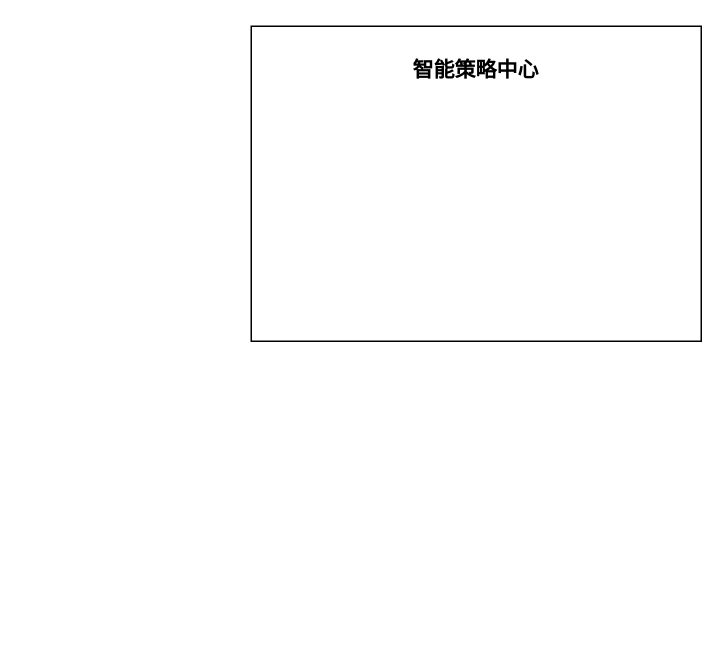
Before: dhp/smart.data.policy.based.on.wasm.drawio in wenhulove333/opendhp, a draw.io diagram. Source tidied: cells renumbered, new cells numbered last; positions are measured from the earlier drawing's top-left corner, leaving out a move shared by most shapes. Both pictures are drawn from the tidied source at 150%, with x=0, y=0 at pixel (250, 26).
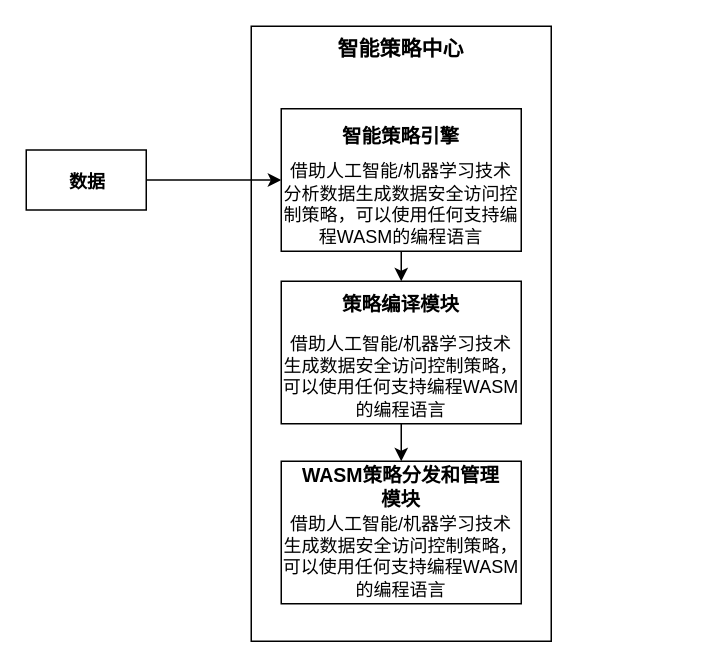
The same page after the edit.

Diff of the diagram source:
```diff
@@
 <mxGraphModel>
   <root>
     <mxCell id="0" />
     <mxCell id="1" parent="0" />
     <mxCell id="2" style="rounded=0;whiteSpace=wrap;html=1;strokeWidth=1;fillColor=none;align=center;" parent="1" vertex="1">
-      <mxGeometry width="300" height="210" as="geometry" />
+      <mxGeometry width="200" height="410" as="geometry" />
     </mxCell>
     <mxCell id="3" value="&lt;b&gt;智能策略中心&lt;/b&gt;" style="text;html=1;align=center;verticalAlign=middle;whiteSpace=wrap;rounded=0;fontSize=14;" parent="1" vertex="1">
-      <mxGeometry x="95" y="14" width="110" height="30" as="geometry" />
+      <mxGeometry x="45" width="110" height="30" as="geometry" />
     </mxCell>
+    <mxCell id="4" style="edgeStyle=orthogonalEdgeStyle;rounded=0;jettySize=auto;html=1;exitX=0.5;exitY=1;exitDx=0;exitDy=0;entryX=0.5;entryY=0;entryDx=0;entryDy=0;" parent="1" edge="1" source="5" target="9">
+      <mxGeometry relative="1" as="geometry" />
+    </mxCell>
+    <mxCell id="5" value="借助人工智能/机器学习技术分析数据生成数据安全访问控制策略，可以使用任何支持编程WASM的编程语言" style="rounded=0;whiteSpace=wrap;html=1;fillColor=none;verticalAlign=bottom;" parent="1" vertex="1">
+      <mxGeometry x="20" y="55" width="160" height="95" as="geometry" />
+    </mxCell>
+    <mxCell id="6" value="&lt;font style=&quot;font-size: 13px;&quot;&gt;&lt;b style=&quot;&quot;&gt;智能策略引擎&lt;/b&gt;&lt;/font&gt;" style="text;html=1;align=center;verticalAlign=middle;whiteSpace=wrap;rounded=0;" parent="1" vertex="1">
+      <mxGeometry x="55" y="58" width="90" height="30" as="geometry" />
+    </mxCell>
+    <mxCell id="7" style="edgeStyle=orthogonalEdgeStyle;rounded=0;jettySize=auto;html=1;exitX=0.5;exitY=1;exitDx=0;exitDy=0;entryX=0.5;entryY=0;entryDx=0;entryDy=0;" parent="1" edge="1" source="8" target="15">
+      <mxGeometry relative="1" as="geometry" />
+    </mxCell>
+    <mxCell id="8" value="借助人工智能/机器学习技术生成数据安全访问控制策略，可以使用任何支持编程WASM的编程语言" style="rounded=0;whiteSpace=wrap;html=1;fillColor=none;verticalAlign=bottom;" parent="1" vertex="1">
+      <mxGeometry x="20" y="170" width="160" height="95" as="geometry" />
+    </mxCell>
+    <mxCell id="9" value="&lt;font style=&quot;font-size: 13px;&quot;&gt;&lt;b style=&quot;&quot;&gt;策略编译模块&lt;/b&gt;&lt;/font&gt;" style="text;html=1;align=center;verticalAlign=middle;whiteSpace=wrap;rounded=0;" parent="1" vertex="1">
+      <mxGeometry x="55" y="170" width="90" height="30" as="geometry" />
+    </mxCell>
+    <mxCell id="10" style="group;" parent="1" vertex="1">
+      <mxGeometry x="-150" y="82.5" width="80" height="40" as="geometry" />
+    </mxCell>
+    <mxCell id="11" style="group;" parent="10" vertex="1">
+      <mxGeometry width="80" height="40" as="geometry" />
+    </mxCell>
+    <mxCell id="12" style="rounded=0;whiteSpace=wrap;html=1;strokeWidth=1;fillColor=none;align=center;" parent="11" vertex="1">
+      <mxGeometry width="80" height="40" as="geometry" />
+    </mxCell>
+    <mxCell id="13" value="&lt;b&gt;数据&lt;/b&gt;" style="text;html=1;align=center;verticalAlign=middle;whiteSpace=wrap;rounded=0;" parent="11" vertex="1">
+      <mxGeometry x="6" y="9" width="70" height="24" as="geometry" />
+    </mxCell>
+    <mxCell id="14" style="edgeStyle=orthogonalEdgeStyle;rounded=0;jettySize=auto;html=1;exitX=1;exitY=0.5;exitDx=0;exitDy=0;entryX=0;entryY=0.5;entryDx=0;entryDy=0;" parent="1" edge="1" source="12" target="5">
+      <mxGeometry relative="1" as="geometry" />
+    </mxCell>
+    <mxCell id="15" value="借助人工智能/机器学习技术生成数据安全访问控制策略，可以使用任何支持编程WASM的编程语言" style="rounded=0;whiteSpace=wrap;html=1;fillColor=none;verticalAlign=bottom;" parent="1" vertex="1">
+      <mxGeometry x="20" y="290" width="160" height="95" as="geometry" />
+    </mxCell>
+    <mxCell id="16" value="&lt;font style=&quot;font-size: 13px;&quot;&gt;&lt;b style=&quot;&quot;&gt;WASM策略分发和管理模块&lt;/b&gt;&lt;/font&gt;" style="text;html=1;align=center;verticalAlign=middle;whiteSpace=wrap;rounded=0;" parent="1" vertex="1">
+      <mxGeometry x="30" y="292" width="140" height="30" as="geometry" />
+    </mxCell>
   </root>
 </mxGraphModel>
```
